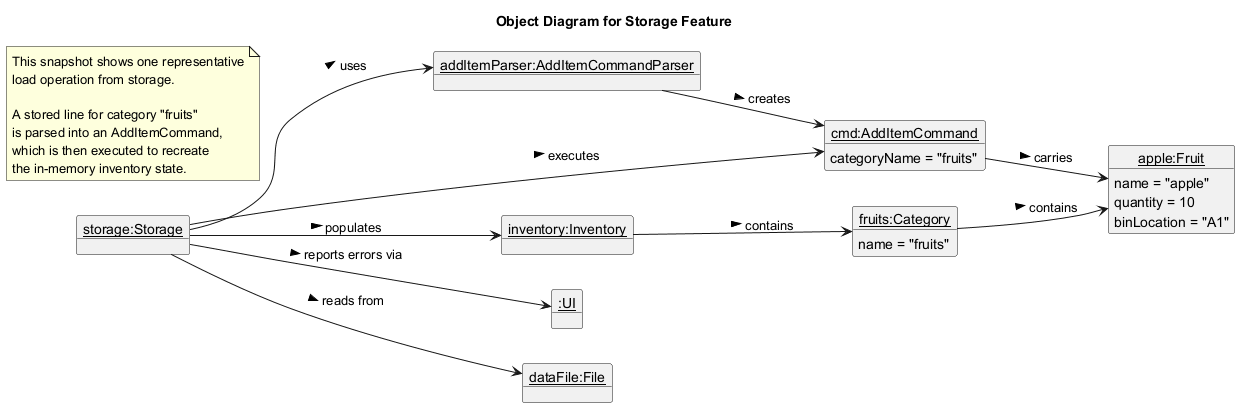
This is docs/diagrams/object/StorageLoadingObjectDiagram.png from w-chuhao/tp, a PlantUML export, as it was before one commit. The source it was exported from:
```plantuml
@startuml
title Object Diagram for Storage Feature
hide circle
left to right direction

object "<u>storage:Storage</u>" as storage
object "<u>addItemParser:AddItemCommandParser</u>" as addItemParser
object "<u>cmd:AddItemCommand</u>" as command {
  categoryName = "fruits"
}
object "<u>inventory:Inventory</u>" as inventory
object "<u>fruits:Category</u>" as fruits {
  name = "fruits"
}
object "<u>apple:Fruit</u>" as apple {
  name = "apple"
  quantity = 10
  binLocation = "A1"
}
object "<u>:UI</u>" as ui
object "<u>dataFile:File</u>" as dataFile

note as N1
  This snapshot shows one representative
  load operation from storage.

  A stored line for category "fruits"
  is parsed into an AddItemCommand,
  which is then executed to recreate
  the in-memory inventory state.
end note

storage --> addItemParser : uses >
addItemParser --> command : creates >
command --> apple : carries >
storage --> command : executes >
storage --> inventory : populates >
storage --> ui : reports errors via >
storage --> dataFile : reads from >
inventory --> fruits : contains >
fruits --> apple : contains >
@enduml
```
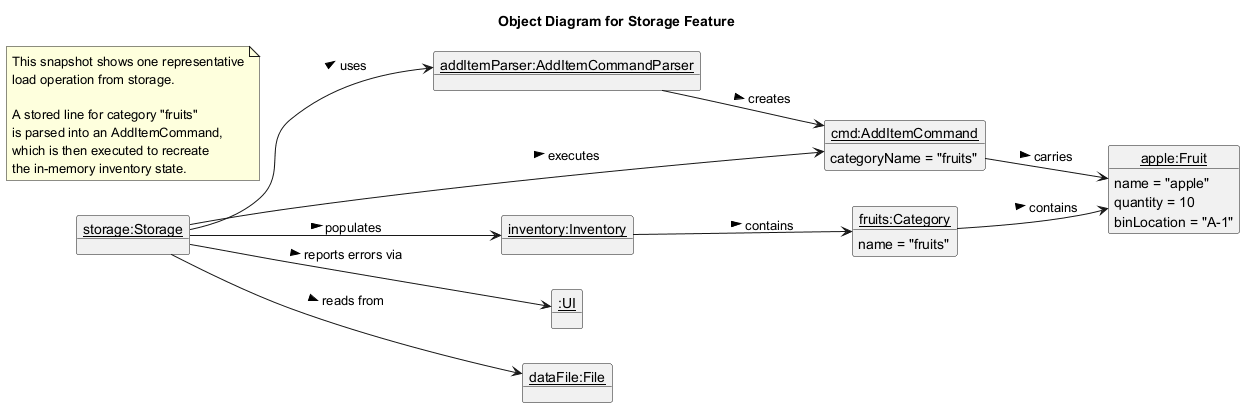
After the commit.

Change to the diagram source:
```diff
@@ -15,7 +15,7 @@
 object "<u>apple:Fruit</u>" as apple {
   name = "apple"
   quantity = 10
-  binLocation = "A1"
+  binLocation = "A-1"
 }
 object "<u>:UI</u>" as ui
 object "<u>dataFile:File</u>" as dataFile
```
